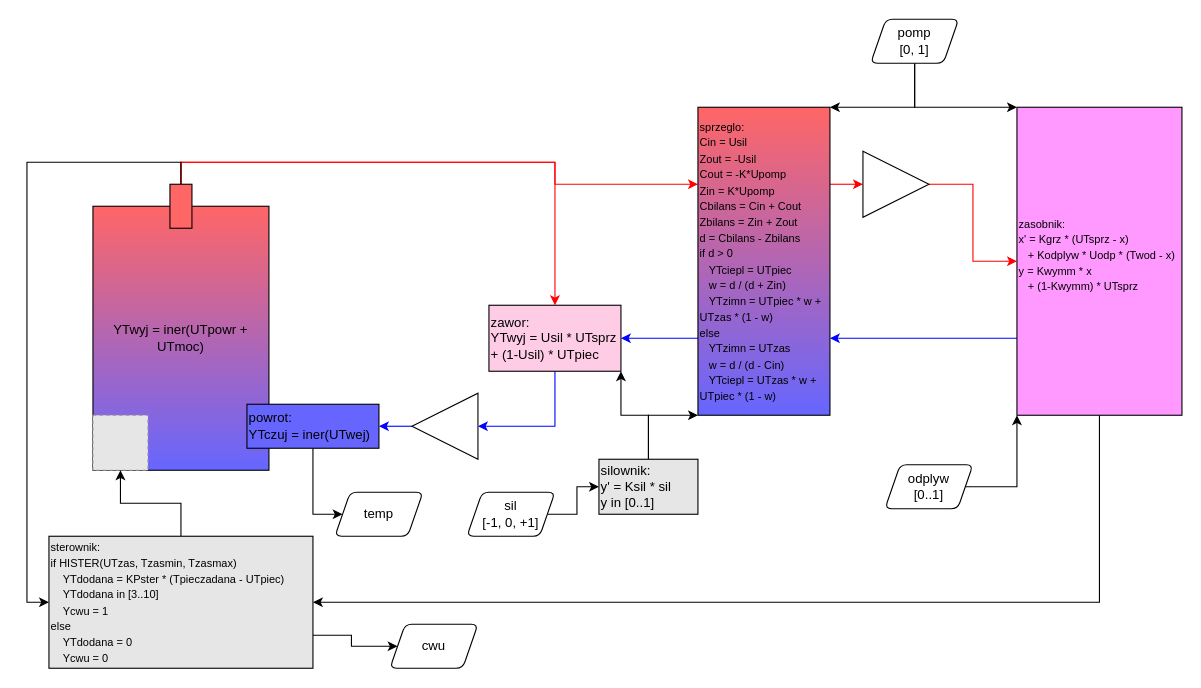
Above: doc/TestModelDiagram.drawio in kildom/deprecated (draw.io), before the change. Source tidied: cells renumbered, new cells numbered last; positions are measured from the earlier drawing's top-left corner, leaving out a move shared by most shapes. Both pictures are drawn from the tidied source at 110%, with x=0, y=0 at pixel (26, 19). Pictures stored in the file or linked from it are replaced by grey dashed boxes.
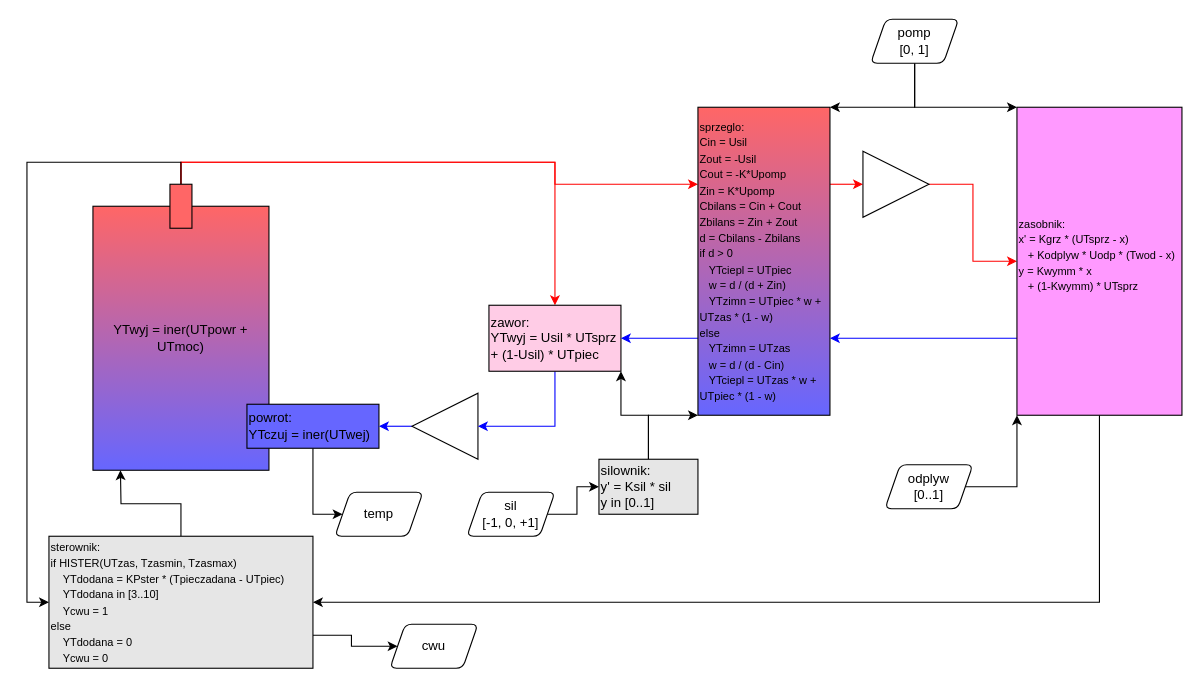
The same diagram, later.

Unchanged cells that the change refers to:
```xml
<mxCell id="35" value="&lt;font style=&quot;font-size: 10px&quot;&gt;sterownik:&lt;br&gt;if HISTER(UTzas, Tzasmin, Tzasmax)&lt;br&gt;&amp;nbsp; &amp;nbsp; YTdodana = KPster * (Tpieczadana - UTpiec)&lt;br&gt;&amp;nbsp; &amp;nbsp; YTdodana in [3..10]&lt;br&gt;&amp;nbsp; &amp;nbsp; Ycwu = 1&lt;br&gt;else&lt;br&gt;&amp;nbsp; &amp;nbsp; YTdodana = 0&lt;br&gt;&amp;nbsp; &amp;nbsp; Ycwu = 0&lt;br&gt;&lt;/font&gt;" style="rounded=0;whiteSpace=wrap;html=1;fillColor=#E6E6E6;gradientColor=none;align=left;" parent="1" vertex="1">
  <mxGeometry x="20" y="470" width="240" height="120" as="geometry" />
</mxCell>
```

Diff of the diagram source:
```diff
@@
-    <mxCell id="9" style="fillColor=#E6E6E6;strokeColor=#999999;dashed=1;html=1;verticalAlign=top;verticalLabelPosition=bottom;labelBackgroundColor=#ffffff;" parent="1" vertex="1">
-      <mxGeometry x="60" y="360" width="50" height="50" as="geometry" />
-    </mxCell>
@@
-    <mxCell id="33" style="edgeStyle=orthogonalEdgeStyle;rounded=0;jettySize=auto;html=1;exitX=0.5;exitY=0;exitDx=0;exitDy=0;entryX=0.5;entryY=1;entryDx=0;entryDy=0;strokeColor=#000000;" parent="1" edge="1" source="35" target="9">
-      <mxGeometry relative="1" as="geometry" />
+    <mxCell id="33" style="edgeStyle=orthogonalEdgeStyle;rounded=0;jettySize=auto;html=1;exitX=0.5;exitY=0;exitDx=0;exitDy=0;entryX=0.5;entryY=1;entryDx=0;entryDy=0;strokeColor=#000000;" parent="1" edge="1" source="35">
+      <mxGeometry relative="1" as="geometry">
+        <mxPoint x="85" y="410" as="targetPoint" />
+      </mxGeometry>
     </mxCell>
```
